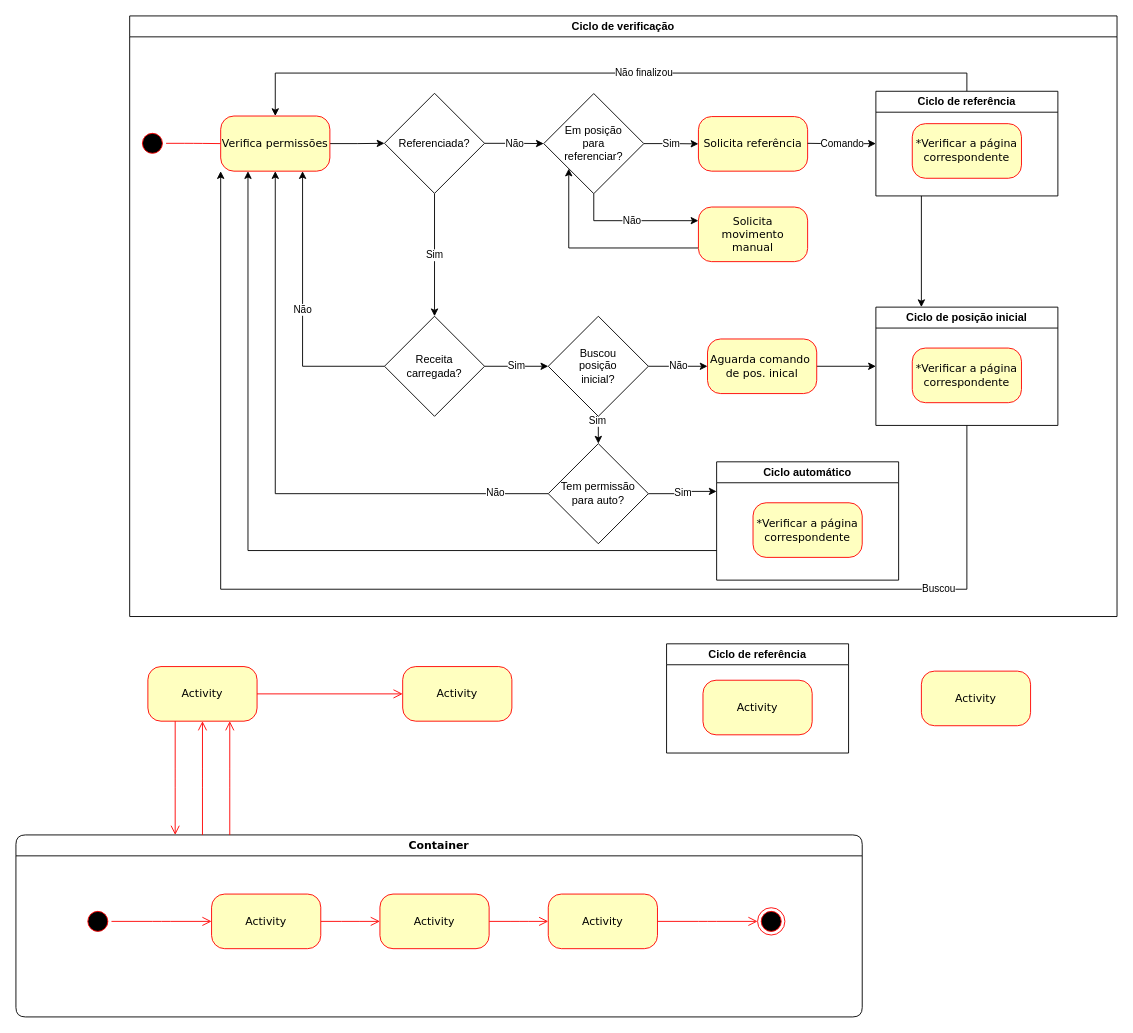
Before: page "Verificacao" (1 of 5) of Diagrama sem nome.drawio in JonanMuller/WEGDiagrams, a draw.io diagram. Source tidied: cells renumbered, new cells numbered last; positions are measured from the earlier drawing's top-left corner, leaving out a move shared by most shapes. Both pictures are drawn from the tidied source at 91%, with x=0, y=0 at pixel (15, 15).
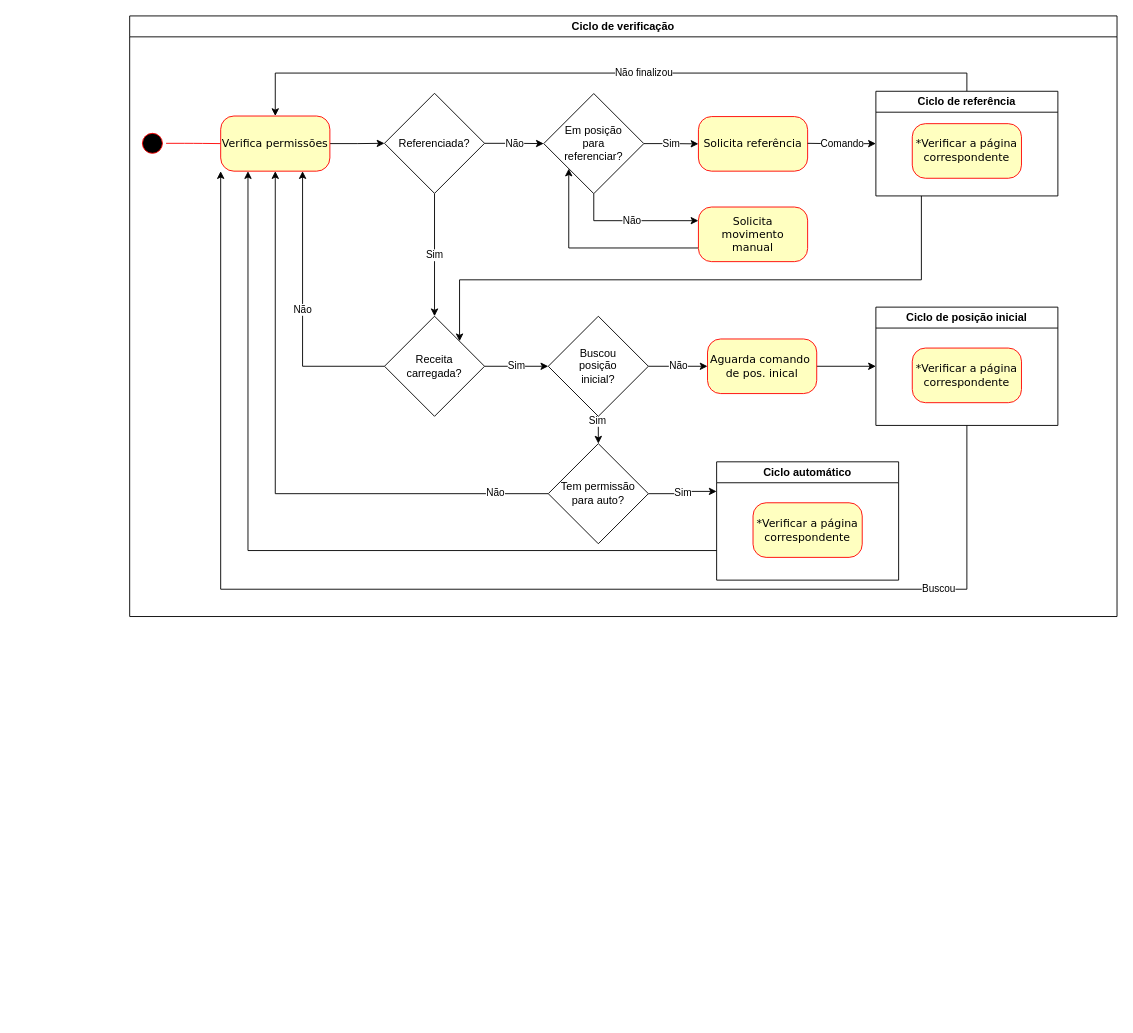
Above is the later version.

Unchanged cells that the change refers to:
```xml
<mxCell id="21" value="Ciclo de verificação" style="swimlane;whiteSpace=wrap;html=1;" parent="1" vertex="1">
  <mxGeometry x="125" width="1085" height="660" as="geometry" />
</mxCell>
<mxCell id="32" value="Receita&lt;br&gt;carregada?" style="rhombus;whiteSpace=wrap;html=1;" parent="21" vertex="1">
  <mxGeometry x="280" y="330" width="110" height="110" as="geometry" />
</mxCell>
<mxCell id="36" value="Ciclo de referência" style="swimlane;whiteSpace=wrap;html=1;" parent="21" vertex="1">
  <mxGeometry x="820" y="82.8" width="200" height="115" as="geometry" />
</mxCell>
<mxCell id="46" value="Ciclo de posição inicial" style="swimlane;whiteSpace=wrap;html=1;" parent="21" vertex="1">
  <mxGeometry x="820" y="320" width="200" height="130" as="geometry" />
</mxCell>
```

What changed in the source:
```diff
@@
-    <mxCell id="2" value="Activity" style="rounded=1;whiteSpace=wrap;html=1;arcSize=24;fillColor=#ffffc0;strokeColor=#ff0000;shadow=0;comic=0;labelBackgroundColor=none;fontFamily=Verdana;fontSize=12;fontColor=#000000;align=center;" parent="1" vertex="1">
-      <mxGeometry x="145" y="715" width="120" height="60" as="geometry" />
-    </mxCell>
-    <mxCell id="3" value="Activity" style="rounded=1;whiteSpace=wrap;html=1;arcSize=24;fillColor=#ffffc0;strokeColor=#ff0000;shadow=0;comic=0;labelBackgroundColor=none;fontFamily=Verdana;fontSize=12;fontColor=#000000;align=center;" parent="1" vertex="1">
-      <mxGeometry x="425" y="715" width="120" height="60" as="geometry" />
-    </mxCell>
-    <mxCell id="4" value="Container" style="swimlane;whiteSpace=wrap;html=1;rounded=1;shadow=0;comic=0;labelBackgroundColor=none;strokeWidth=1;fontFamily=Verdana;fontSize=12;align=center;" parent="1" vertex="1">
-      <mxGeometry y="900" width="930" height="200" as="geometry" />
-    </mxCell>
-    <mxCell id="5" style="edgeStyle=elbowEdgeStyle;html=1;labelBackgroundColor=none;endArrow=open;endSize=8;strokeColor=#ff0000;fontFamily=Verdana;fontSize=12;align=left;" parent="4" edge="1" source="6" target="11">
-      <mxGeometry relative="1" as="geometry" />
-    </mxCell>
-    <mxCell id="6" value="Activity" style="rounded=1;whiteSpace=wrap;html=1;arcSize=24;fillColor=#ffffc0;strokeColor=#ff0000;shadow=0;comic=0;labelBackgroundColor=none;fontFamily=Verdana;fontSize=12;fontColor=#000000;align=center;" parent="4" vertex="1">
-      <mxGeometry x="215" y="65" width="120" height="60" as="geometry" />
-    </mxCell>
-    <mxCell id="7" style="ellipse;html=1;shape=endState;fillColor=#000000;strokeColor=#ff0000;rounded=1;shadow=0;comic=0;labelBackgroundColor=none;fontFamily=Verdana;fontSize=12;fontColor=#000000;align=center;" parent="4" vertex="1">
-      <mxGeometry x="815" y="80" width="30" height="30" as="geometry" />
-    </mxCell>
-    <mxCell id="8" style="edgeStyle=elbowEdgeStyle;html=1;labelBackgroundColor=none;endArrow=open;endSize=8;strokeColor=#ff0000;fontFamily=Verdana;fontSize=12;align=left;" parent="4" edge="1" source="9" target="6">
-      <mxGeometry relative="1" as="geometry" />
-    </mxCell>
-    <mxCell id="9" style="ellipse;html=1;shape=startState;fillColor=#000000;strokeColor=#ff0000;rounded=1;shadow=0;comic=0;labelBackgroundColor=none;fontFamily=Verdana;fontSize=12;fontColor=#000000;align=center;direction=south;" parent="4" vertex="1">
-      <mxGeometry x="75" y="80" width="30" height="30" as="geometry" />
-    </mxCell>
-    <mxCell id="10" style="edgeStyle=elbowEdgeStyle;html=1;labelBackgroundColor=none;endArrow=open;endSize=8;strokeColor=#ff0000;fontFamily=Verdana;fontSize=12;align=left;" parent="4" edge="1" source="11" target="13">
-      <mxGeometry relative="1" as="geometry" />
-    </mxCell>
-    <mxCell id="11" value="Activity" style="rounded=1;whiteSpace=wrap;html=1;arcSize=24;fillColor=#ffffc0;strokeColor=#ff0000;shadow=0;comic=0;labelBackgroundColor=none;fontFamily=Verdana;fontSize=12;fontColor=#000000;align=center;" parent="4" vertex="1">
-      <mxGeometry x="400" y="65" width="120" height="60" as="geometry" />
-    </mxCell>
-    <mxCell id="12" style="edgeStyle=elbowEdgeStyle;html=1;labelBackgroundColor=none;endArrow=open;endSize=8;strokeColor=#ff0000;fontFamily=Verdana;fontSize=12;align=left;" parent="4" edge="1" source="13" target="7">
-      <mxGeometry relative="1" as="geometry" />
-    </mxCell>
-    <mxCell id="13" value="Activity" style="rounded=1;whiteSpace=wrap;html=1;arcSize=24;fillColor=#ffffc0;strokeColor=#ff0000;shadow=0;comic=0;labelBackgroundColor=none;fontFamily=Verdana;fontSize=12;fontColor=#000000;align=center;" parent="4" vertex="1">
-      <mxGeometry x="585" y="65" width="120" height="60" as="geometry" />
-    </mxCell>
-    <mxCell id="14" style="edgeStyle=orthogonalEdgeStyle;html=1;exitX=1;exitY=0.5;entryX=0;entryY=0.5;labelBackgroundColor=none;endArrow=open;endSize=8;strokeColor=#ff0000;fontFamily=Verdana;fontSize=12;align=left;" parent="1" edge="1" source="2" target="3">
-      <mxGeometry relative="1" as="geometry" />
-    </mxCell>
-    <mxCell id="15" style="edgeStyle=elbowEdgeStyle;html=1;labelBackgroundColor=none;endArrow=open;endSize=8;strokeColor=#ff0000;fontFamily=Verdana;fontSize=12;align=left;entryX=0.75;entryY=1;" parent="1" edge="1" source="4" target="2">
-      <mxGeometry relative="1" as="geometry" />
-    </mxCell>
-    <mxCell id="16" style="edgeStyle=elbowEdgeStyle;html=1;labelBackgroundColor=none;endArrow=open;endSize=8;strokeColor=#ff0000;fontFamily=Verdana;fontSize=12;align=left;entryX=0.5;entryY=1;" parent="1" edge="1" source="4" target="2">
-      <mxGeometry relative="1" as="geometry" />
-    </mxCell>
-    <mxCell id="17" style="edgeStyle=elbowEdgeStyle;html=1;labelBackgroundColor=none;endArrow=open;endSize=8;strokeColor=#ff0000;fontFamily=Verdana;fontSize=12;align=left;exitX=0.25;exitY=1;" parent="1" edge="1" source="2" target="4">
-      <mxGeometry relative="1" as="geometry" />
-    </mxCell>
-    <mxCell id="18" value="Ciclo de referência" style="swimlane;whiteSpace=wrap;html=1;" parent="1" vertex="1">
-      <mxGeometry x="715" y="690" width="200" height="120" as="geometry" />
-    </mxCell>
-    <mxCell id="19" value="Activity" style="rounded=1;whiteSpace=wrap;html=1;arcSize=24;fillColor=#ffffc0;strokeColor=#ff0000;shadow=0;comic=0;labelBackgroundColor=none;fontFamily=Verdana;fontSize=12;fontColor=#000000;align=center;" parent="18" vertex="1">
-      <mxGeometry x="40" y="40" width="120" height="60" as="geometry" />
-    </mxCell>
-    <mxCell id="20" value="Activity" style="rounded=1;whiteSpace=wrap;html=1;arcSize=24;fillColor=#ffffc0;strokeColor=#ff0000;shadow=0;comic=0;labelBackgroundColor=none;fontFamily=Verdana;fontSize=12;fontColor=#000000;align=center;" parent="1" vertex="1">
-      <mxGeometry x="995" y="720" width="120" height="60" as="geometry" />
-    </mxCell>
@@
-    <mxCell id="35" style="edgeStyle=orthogonalEdgeStyle;rounded=0;jettySize=auto;html=1;exitX=0.25;exitY=1;exitDx=0;exitDy=0;entryX=0.25;entryY=0;entryDx=0;entryDy=0;" parent="21" edge="1" source="36" target="46">
-      <mxGeometry relative="1" as="geometry" />
+    <mxCell id="35" style="edgeStyle=orthogonalEdgeStyle;rounded=0;jettySize=auto;html=1;exitX=0.25;exitY=1;exitDx=0;exitDy=0;entryX=1;entryY=0;entryDx=0;entryDy=0;" parent="21" edge="1" source="36" target="32">
+      <mxGeometry relative="1" as="geometry">
+        <Array as="points">
+          <mxPoint x="870" y="290" />
+          <mxPoint x="362" y="290" />
+        </Array>
+      </mxGeometry>
     </mxCell>
```
